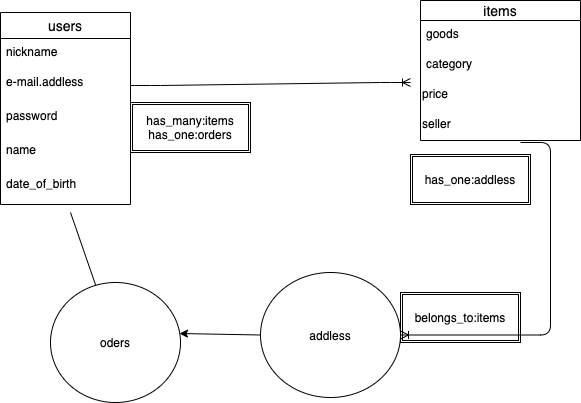
Above: ER.png in 62111341a/furima-37143 (draw.io), before the change. Source tidied: cells renumbered, new cells last; positions are measured from the earlier drawing's top-left corner, leaving out a move shared by most shapes.
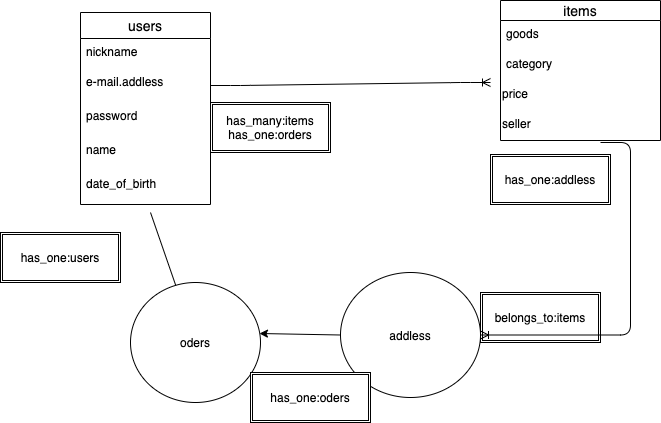
After the change.

What changed in the source:
```diff
@@ -68,5 +68,11 @@
         <mxPoint x="70" y="212" as="sourcePoint" />
       </mxGeometry>
     </mxCell>
+    <mxCell id="22" value="has_one:oders" style="shape=ext;double=1;rounded=0;whiteSpace=wrap;html=1;" parent="1" vertex="1">
+      <mxGeometry x="170" y="372" width="120" height="50" as="geometry" />
+    </mxCell>
+    <mxCell id="23" value="has_one:users" style="shape=ext;double=1;rounded=0;whiteSpace=wrap;html=1;" parent="1" vertex="1">
+      <mxGeometry x="-80" y="232" width="120" height="50" as="geometry" />
+    </mxCell>
   </root>
 </mxGraphModel>
```
